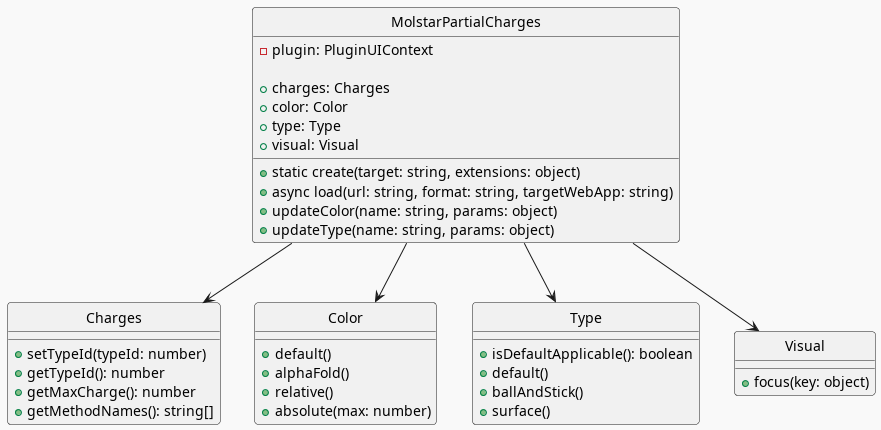
MergunFrimen/thesis keeps this PlantUML diagram as out/figures/uml/viewer/viewer.png. Above is the earlier version.
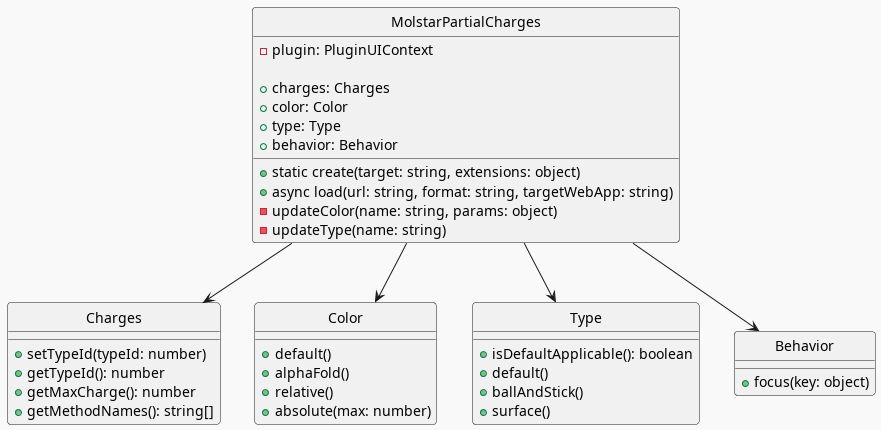
The same file after the commit.

Commit message:
molstar viewer

Diff of the diagram source:
```diff
@@ -9,12 +9,12 @@
   + charges: Charges
   + color: Color
   + type: Type
-  + visual: Visual
+  + behavior: Behavior
 
   + static create(target: string, extensions: object)
   + async load(url: string, format: string, targetWebApp: string)
-  + updateColor(name: string, params: object)
-  + updateType(name: string, params: object)
+  - updateColor(name: string, params: object)
+  - updateType(name: string)
 }
 
 class Charges {
@@ -38,13 +38,13 @@
   + surface()
 }
 
-class Visual {
+class Behavior {
   + focus(key: object)
 }
 
 MolstarPartialCharges --> Type
 MolstarPartialCharges --> Color
 MolstarPartialCharges --> Charges
-MolstarPartialCharges --> Visual
+MolstarPartialCharges --> Behavior
 
 @enduml
```
